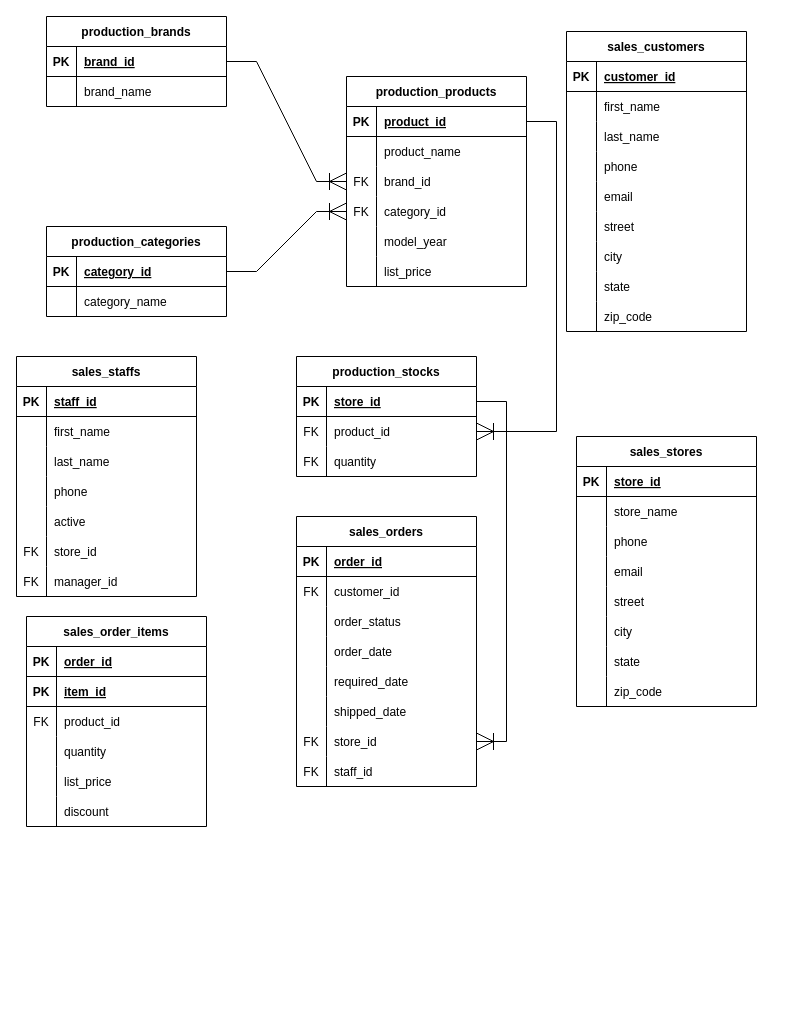
mrdiamonddirt/erd keeps this draw.io diagram as erd.drawio. Above is the earlier version. Source tidied: cells renumbered, new cells numbered last; positions are measured from the earlier drawing's top-left corner, leaving out a move shared by most shapes. Both pictures are drawn from the tidied source at 100%, with x=0, y=0 at pixel (16, 16).
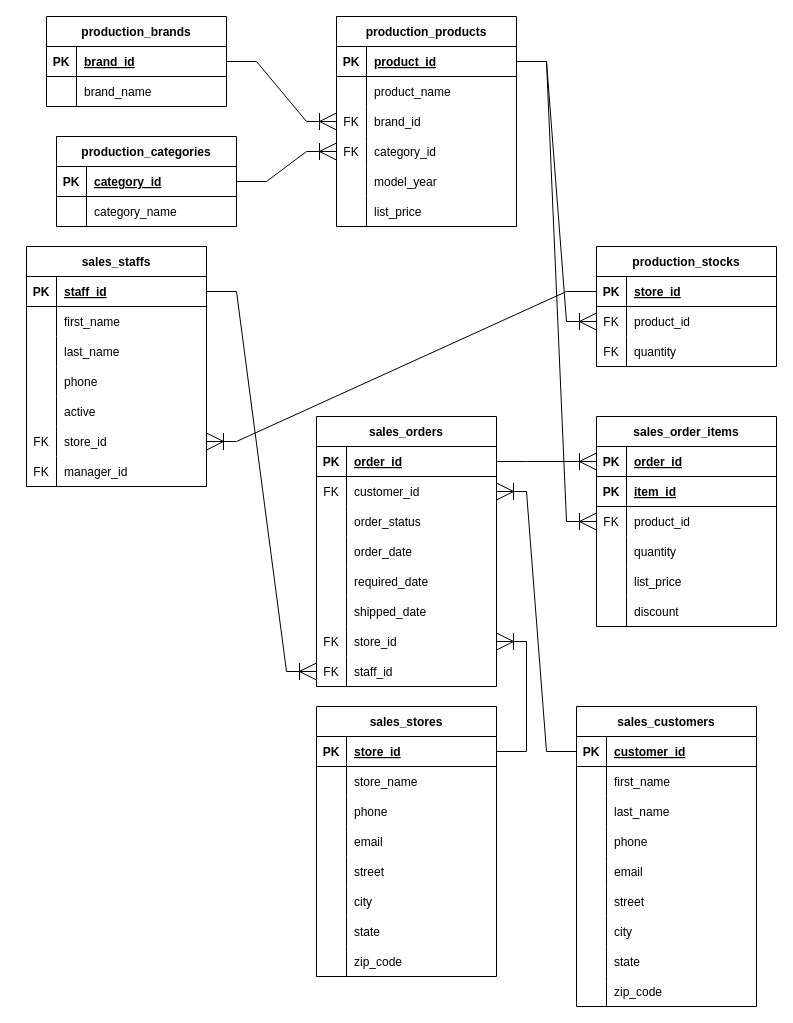
The same diagram, later.

Commit message:
✏moved around to try and make more readable

The change refers to these unchanged cells:
```xml
<mxCell id="17" style="shape=tableRow;horizontal=0;startSize=0;swimlaneHead=0;swimlaneBody=0;fillColor=none;points=[[0,0.5],[1,0.5]];portConstraint=eastwest;top=0;left=0;right=0;bottom=1;" parent="16" vertex="1">
  <mxGeometry y="30" width="180" height="30" as="geometry" />
</mxCell>
<mxCell id="36" style="shape=tableRow;horizontal=0;startSize=0;swimlaneHead=0;swimlaneBody=0;fillColor=none;points=[[0,0.5],[1,0.5]];portConstraint=eastwest;top=0;left=0;right=0;bottom=1;" parent="35" vertex="1">
  <mxGeometry y="30" width="180" height="30" as="geometry" />
</mxCell>
<mxCell id="66" style="shape=tableRow;horizontal=0;startSize=0;swimlaneHead=0;swimlaneBody=0;fillColor=none;points=[[0,0.5],[1,0.5]];portConstraint=eastwest;top=0;left=0;right=0;bottom=1;" parent="65" vertex="1">
  <mxGeometry y="30" width="180" height="30" as="geometry" />
</mxCell>
<mxCell id="91" style="shape=tableRow;horizontal=0;startSize=0;swimlaneHead=0;swimlaneBody=0;fillColor=none;points=[[0,0.5],[1,0.5]];portConstraint=eastwest;top=0;left=0;right=0;bottom=1;" parent="90" vertex="1">
  <mxGeometry y="30" width="180" height="30" as="geometry" />
</mxCell>
<mxCell id="106" style="shape=tableRow;horizontal=0;startSize=0;swimlaneHead=0;swimlaneBody=0;fillColor=none;points=[[0,0.5],[1,0.5]];portConstraint=eastwest;top=0;left=0;right=0;bottom=0;" parent="90" vertex="1">
  <mxGeometry y="180" width="180" height="30" as="geometry" />
</mxCell>
<mxCell id="113" style="shape=tableRow;horizontal=0;startSize=0;swimlaneHead=0;swimlaneBody=0;fillColor=none;points=[[0,0.5],[1,0.5]];portConstraint=eastwest;top=0;left=0;right=0;bottom=1;" parent="112" vertex="1">
  <mxGeometry y="30" width="180" height="30" as="geometry" />
</mxCell>
<mxCell id="116" style="shape=tableRow;horizontal=0;startSize=0;swimlaneHead=0;swimlaneBody=0;fillColor=none;points=[[0,0.5],[1,0.5]];portConstraint=eastwest;top=0;left=0;right=0;bottom=0;" parent="112" vertex="1">
  <mxGeometry y="60" width="180" height="30" as="geometry" />
</mxCell>
<mxCell id="131" style="shape=tableRow;horizontal=0;startSize=0;swimlaneHead=0;swimlaneBody=0;fillColor=none;points=[[0,0.5],[1,0.5]];portConstraint=eastwest;top=0;left=0;right=0;bottom=0;" parent="112" vertex="1">
  <mxGeometry y="210" width="180" height="30" as="geometry" />
</mxCell>
<mxCell id="134" style="shape=tableRow;horizontal=0;startSize=0;swimlaneHead=0;swimlaneBody=0;fillColor=none;points=[[0,0.5],[1,0.5]];portConstraint=eastwest;top=0;left=0;right=0;bottom=0;" parent="112" vertex="1">
  <mxGeometry y="240" width="180" height="30" as="geometry" />
</mxCell>
<mxCell id="138" style="shape=tableRow;horizontal=0;startSize=0;swimlaneHead=0;swimlaneBody=0;fillColor=none;points=[[0,0.5],[1,0.5]];portConstraint=eastwest;top=0;left=0;right=0;bottom=1;" parent="137" vertex="1">
  <mxGeometry y="30" width="180" height="30" as="geometry" />
</mxCell>
<mxCell id="144" style="shape=tableRow;horizontal=0;startSize=0;swimlaneHead=0;swimlaneBody=0;fillColor=none;points=[[0,0.5],[1,0.5]];portConstraint=eastwest;top=0;left=0;right=0;bottom=0;" parent="137" vertex="1">
  <mxGeometry y="90" width="180" height="30" as="geometry" />
</mxCell>
<mxCell id="157" style="shape=tableRow;horizontal=0;startSize=0;swimlaneHead=0;swimlaneBody=0;fillColor=none;points=[[0,0.5],[1,0.5]];portConstraint=eastwest;top=0;left=0;right=0;bottom=1;" parent="156" vertex="1">
  <mxGeometry y="30" width="180" height="30" as="geometry" />
</mxCell>
```

What changed in the source:
```diff
@@
     <mxCell id="2" value="production_categories" style="shape=table;startSize=30;childLayout=tableLayout;rowLines=0;fontStyle=1;align=center;" parent="1" vertex="1">
-      <mxGeometry x="30" y="210" width="180" height="90" as="geometry" />
+      <mxGeometry x="40" y="120" width="180" height="90" as="geometry" />
     </mxCell>
@@
     <mxCell id="16" value="production_products" style="shape=table;startSize=30;childLayout=tableLayout;rowLines=0;fontStyle=1;align=center;" parent="1" vertex="1">
-      <mxGeometry x="330" y="60" width="180" height="210" as="geometry" />
+      <mxGeometry x="320" width="180" height="210" as="geometry" />
     </mxCell>
@@
     <mxCell id="35" value="sales_customers" style="shape=table;startSize=30;childLayout=tableLayout;rowLines=0;fontStyle=1;align=center;" parent="1" vertex="1">
-      <mxGeometry x="550" y="15" width="180" height="300" as="geometry" />
+      <mxGeometry x="560" y="690" width="180" height="300" as="geometry" />
     </mxCell>
@@
     <mxCell id="65" value="sales_stores" style="shape=table;startSize=30;childLayout=tableLayout;rowLines=0;fontStyle=1;align=center;" parent="1" vertex="1">
-      <mxGeometry x="560" y="420" width="180" height="270" as="geometry" />
+      <mxGeometry x="300" y="690" width="180" height="270" as="geometry" />
     </mxCell>
@@
     <mxCell id="90" value="sales_staffs" style="shape=table;startSize=30;childLayout=tableLayout;rowLines=0;fontStyle=1;align=center;" parent="1" vertex="1">
-      <mxGeometry y="340" width="180" height="240" as="geometry" />
+      <mxGeometry x="10" y="230" width="180" height="240" as="geometry" />
     </mxCell>
@@
     <mxCell id="112" value="sales_orders" style="shape=table;startSize=30;childLayout=tableLayout;rowLines=0;fontStyle=1;align=center;" parent="1" vertex="1">
-      <mxGeometry x="280" y="500" width="180" height="270" as="geometry" />
+      <mxGeometry x="300" y="400" width="180" height="270" as="geometry" />
     </mxCell>
@@
     <mxCell id="137" value="sales_order_items" style="shape=table;startSize=30;childLayout=tableLayout;rowLines=0;fontStyle=1;align=center;" parent="1" vertex="1">
-      <mxGeometry x="10" y="600" width="180" height="210" as="geometry" />
+      <mxGeometry x="580" y="400" width="180" height="210" as="geometry" />
     </mxCell>
@@
     <mxCell id="156" value="production_stocks" style="shape=table;startSize=30;childLayout=tableLayout;rowLines=0;fontStyle=1;align=center;" parent="1" vertex="1">
-      <mxGeometry x="280" y="340" width="180" height="120" as="geometry" />
+      <mxGeometry x="580" y="230" width="180" height="120" as="geometry" />
     </mxCell>
@@
-    <mxCell id="167" style="edgeStyle=entityRelationEdgeStyle;fontSize=12;html=1;endArrow=ERoneToMany;rounded=0;endSize=15;targetPerimeterSpacing=0;" parent="1" edge="1" source="157" target="131">
-      <mxGeometry relative="1" as="geometry" />
-    </mxCell>
+    <mxCell id="168" style="edgeStyle=entityRelationEdgeStyle;fontSize=12;html=1;endArrow=ERoneToMany;rounded=0;endSize=15;targetPerimeterSpacing=0;" parent="1" edge="1" source="157" target="106">
+      <mxGeometry relative="1" as="geometry" />
+    </mxCell>
+    <mxCell id="169" style="edgeStyle=entityRelationEdgeStyle;fontSize=12;html=1;endArrow=ERoneToMany;rounded=0;endSize=15;targetPerimeterSpacing=0;" parent="1" edge="1" source="113" target="138">
+      <mxGeometry relative="1" as="geometry" />
+    </mxCell>
+    <mxCell id="170" style="edgeStyle=entityRelationEdgeStyle;fontSize=12;html=1;endArrow=ERoneToMany;rounded=0;endSize=15;targetPerimeterSpacing=0;entryX=1;entryY=0.5;entryDx=0;entryDy=0;" parent="1" edge="1" source="66" target="131">
+      <mxGeometry relative="1" as="geometry" />
+    </mxCell>
+    <mxCell id="171" style="edgeStyle=entityRelationEdgeStyle;fontSize=12;html=1;endArrow=ERoneToMany;rounded=0;endSize=15;targetPerimeterSpacing=0;" parent="1" edge="1" source="91" target="134">
+      <mxGeometry relative="1" as="geometry" />
+    </mxCell>
+    <mxCell id="172" style="edgeStyle=entityRelationEdgeStyle;fontSize=12;html=1;endArrow=ERoneToMany;rounded=0;endSize=15;targetPerimeterSpacing=0;" parent="1" edge="1" source="36" target="116">
+      <mxGeometry relative="1" as="geometry" />
+    </mxCell>
+    <mxCell id="173" style="edgeStyle=entityRelationEdgeStyle;fontSize=12;html=1;endArrow=ERoneToMany;rounded=0;endSize=15;targetPerimeterSpacing=0;" parent="1" edge="1" source="17" target="144">
+      <mxGeometry relative="1" as="geometry" />
+    </mxCell>
```
